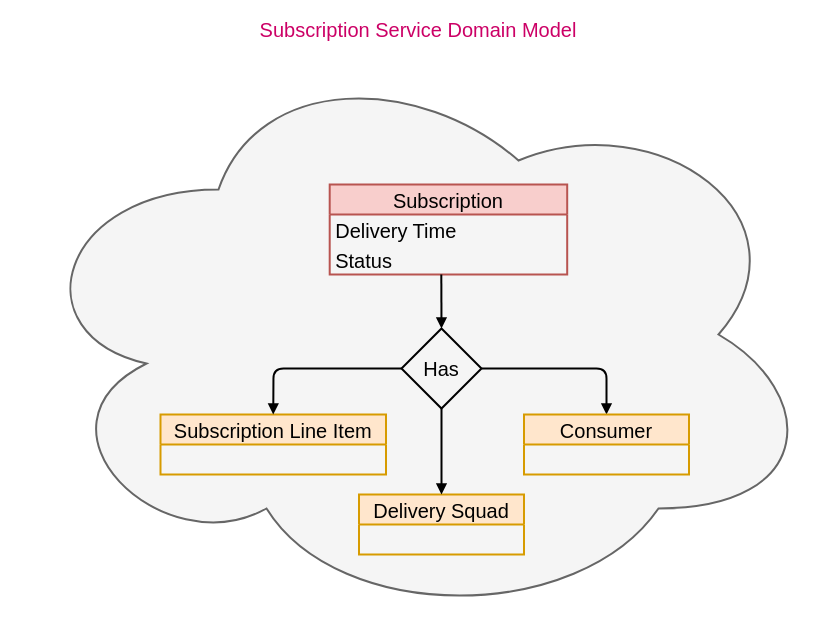
This is docs/diagram/subscription_service_domain_model.drawio from dudhwalas/dudhwala, a draw.io file, before an edit. Source tidied: cells renumbered, new cells numbered last; positions are measured from the earlier drawing's top-left corner, leaving out a move shared by most shapes. Both pictures are drawn from the tidied source at 100%, with x=0, y=0 at pixel (18, 44).
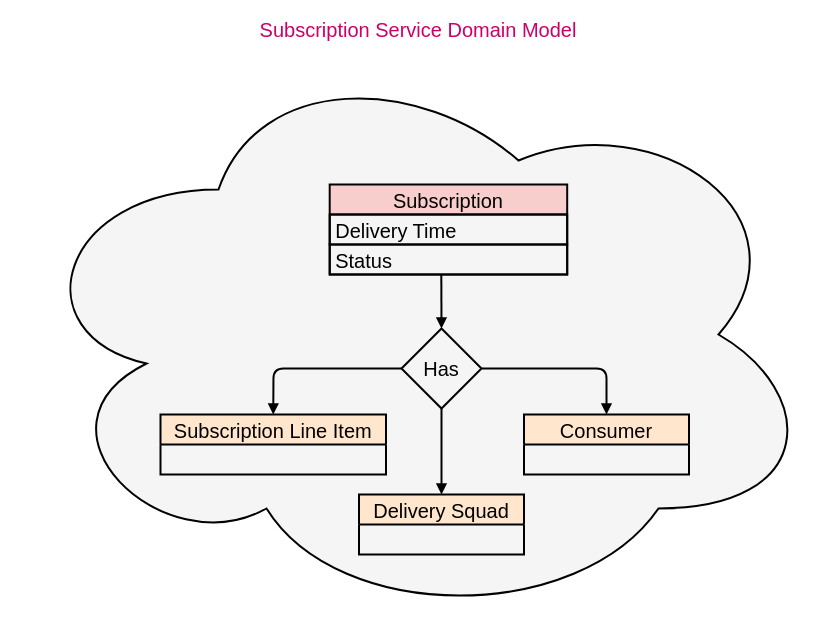
After the change.

Diff of the diagram source:
```diff
@@
 <mxGraphModel>
   <root>
     <mxCell id="0" />
     <mxCell id="1" parent="0" />
-    <mxCell id="2" value="Subscription Service Domain Model" style="ellipse;shape=cloud;whiteSpace=wrap;html=1;fillColor=#f5f5f5;fontColor=#CC0066;strokeColor=#666666;strokeWidth=2;labelPosition=center;verticalLabelPosition=top;align=center;verticalAlign=bottom;fontSize=20;" parent="1" vertex="1">
+    <mxCell id="2" value="Subscription Service Domain Model" style="ellipse;shape=cloud;whiteSpace=wrap;html=1;fillColor=#f5f5f5;fontColor=#CC0066;strokeColor=#000000;strokeWidth=2;labelPosition=center;verticalLabelPosition=top;align=center;verticalAlign=bottom;fontSize=20;" parent="1" vertex="1">
       <mxGeometry width="800" height="580" as="geometry" />
     </mxCell>
-    <mxCell id="3" value="Subscription" style="swimlane;fontStyle=0;horizontal=1;startSize=30;fillColor=#f8cecc;strokeColor=#b85450;fontSize=20;strokeWidth=2;" parent="1" vertex="1">
+    <mxCell id="3" value="Subscription" style="swimlane;fontStyle=0;horizontal=1;startSize=30;fillColor=#f8cecc;strokeColor=#000000;fontSize=20;strokeWidth=2;" parent="1" vertex="1">
       <mxGeometry x="311.2" y="140" width="237.5" height="90" as="geometry" />
     </mxCell>
-    <mxCell id="4" value="Delivery Time" style="text;strokeColor=none;fillColor=none;align=left;verticalAlign=middle;spacingLeft=4;spacingRight=4;overflow=hidden;fontSize=20;strokeWidth=2;" parent="3" vertex="1">
+    <mxCell id="4" value="Delivery Time" style="text;strokeColor=#000000;fillColor=none;align=left;verticalAlign=middle;spacingLeft=4;spacingRight=4;overflow=hidden;fontSize=20;strokeWidth=2;" parent="3" vertex="1">
       <mxGeometry y="30" width="237.5" height="30" as="geometry" />
     </mxCell>
-    <mxCell id="5" value="Status" style="text;strokeColor=none;fillColor=none;align=left;verticalAlign=middle;spacingLeft=4;spacingRight=4;overflow=hidden;points=[[0,0.5],[1,0.5]];portConstraint=eastwest;fontSize=20;strokeWidth=2;" parent="3" vertex="1">
+    <mxCell id="5" value="Status" style="text;strokeColor=#000000;fillColor=none;align=left;verticalAlign=middle;spacingLeft=4;spacingRight=4;overflow=hidden;points=[[0,0.5],[1,0.5]];portConstraint=eastwest;fontSize=20;strokeWidth=2;" parent="3" vertex="1">
       <mxGeometry y="60" width="237.5" height="30" as="geometry" />
     </mxCell>
-    <mxCell id="6" value="Subscription Line Item" style="swimlane;fontStyle=0;horizontal=1;startSize=30;fillColor=#ffe6cc;strokeColor=#d79b00;fontSize=20;strokeWidth=2;" parent="1" vertex="1">
+    <mxCell id="6" value="Subscription Line Item" style="swimlane;fontStyle=0;horizontal=1;startSize=30;fillColor=#ffe6cc;strokeColor=#000000;fontSize=20;strokeWidth=2;" parent="1" vertex="1">
       <mxGeometry x="142" y="370" width="225.5" height="60" as="geometry" />
     </mxCell>
-    <mxCell id="7" style="edgeStyle=none;html=1;exitX=1;exitY=0.5;exitDx=0;exitDy=0;entryX=0.5;entryY=0;entryDx=0;entryDy=0;endArrow=block;endFill=1;strokeWidth=2;" parent="1" edge="1" source="8" target="11">
+    <mxCell id="7" style="edgeStyle=none;html=1;exitX=1;exitY=0.5;exitDx=0;exitDy=0;entryX=0.5;entryY=0;entryDx=0;entryDy=0;endArrow=block;endFill=1;strokeWidth=2;strokeColor=#000000;" parent="1" edge="1" source="8" target="11">
       <mxGeometry relative="1" as="geometry">
         <Array as="points">
           <mxPoint x="588" y="324" />
         </Array>
       </mxGeometry>
     </mxCell>
-    <mxCell id="8" value="Has" style="rhombus;whiteSpace=wrap;html=1;fontSize=20;fillColor=none;strokeWidth=2;" parent="1" vertex="1">
+    <mxCell id="8" value="Has" style="rhombus;whiteSpace=wrap;html=1;fontSize=20;fillColor=none;strokeWidth=2;strokeColor=#000000;" parent="1" vertex="1">
       <mxGeometry x="383" y="284" width="80" height="80" as="geometry" />
     </mxCell>
-    <mxCell id="9" style="edgeStyle=none;html=1;exitX=0.47;exitY=1;exitDx=0;exitDy=0;entryX=0.5;entryY=0;entryDx=0;entryDy=0;fontSize=20;exitPerimeter=0;endArrow=block;endFill=1;strokeWidth=2;" parent="1" edge="1" source="5" target="8">
+    <mxCell id="9" style="edgeStyle=none;html=1;exitX=0.47;exitY=1;exitDx=0;exitDy=0;entryX=0.5;entryY=0;entryDx=0;entryDy=0;fontSize=20;exitPerimeter=0;endArrow=block;endFill=1;strokeWidth=2;strokeColor=#000000;" parent="1" edge="1" source="5" target="8">
       <mxGeometry relative="1" as="geometry" />
     </mxCell>
-    <mxCell id="10" style="edgeStyle=none;html=1;entryX=0.5;entryY=0;entryDx=0;entryDy=0;fontSize=20;endArrow=block;endFill=1;strokeWidth=2;exitX=0;exitY=0.5;exitDx=0;exitDy=0;" parent="1" edge="1" source="8" target="6">
+    <mxCell id="10" style="edgeStyle=none;html=1;entryX=0.5;entryY=0;entryDx=0;entryDy=0;fontSize=20;endArrow=block;endFill=1;strokeWidth=2;exitX=0;exitY=0.5;exitDx=0;exitDy=0;strokeColor=#000000;" parent="1" edge="1" source="8" target="6">
       <mxGeometry relative="1" as="geometry">
         <Array as="points">
           <mxPoint x="255" y="324" />
         </Array>
       </mxGeometry>
     </mxCell>
-    <mxCell id="11" value="Consumer" style="swimlane;fontStyle=0;horizontal=1;startSize=30;fillColor=#ffe6cc;strokeColor=#d79b00;fontSize=20;strokeWidth=2;" parent="1" vertex="1">
+    <mxCell id="11" value="Consumer" style="swimlane;fontStyle=0;horizontal=1;startSize=30;fillColor=#ffe6cc;strokeColor=#000000;fontSize=20;strokeWidth=2;" parent="1" vertex="1">
       <mxGeometry x="505.5" y="370" width="165" height="60" as="geometry" />
     </mxCell>
-    <mxCell id="12" value="Delivery Squad" style="swimlane;fontStyle=0;horizontal=1;startSize=30;fillColor=#ffe6cc;strokeColor=#d79b00;fontSize=20;strokeWidth=2;" parent="1" vertex="1">
+    <mxCell id="12" value="Delivery Squad" style="swimlane;fontStyle=0;horizontal=1;startSize=30;fillColor=#ffe6cc;strokeColor=#000000;fontSize=20;strokeWidth=2;" parent="1" vertex="1">
       <mxGeometry x="340.5" y="450" width="165" height="60" as="geometry" />
     </mxCell>
-    <mxCell id="13" style="edgeStyle=none;html=1;exitX=0.5;exitY=1;exitDx=0;exitDy=0;entryX=0.5;entryY=0;entryDx=0;entryDy=0;endArrow=block;endFill=1;strokeWidth=2;" parent="1" edge="1" source="8" target="12">
+    <mxCell id="13" style="edgeStyle=none;html=1;exitX=0.5;exitY=1;exitDx=0;exitDy=0;entryX=0.5;entryY=0;entryDx=0;entryDy=0;endArrow=block;endFill=1;strokeWidth=2;strokeColor=#000000;" parent="1" edge="1" source="8" target="12">
       <mxGeometry relative="1" as="geometry" />
     </mxCell>
   </root>
 </mxGraphModel>
```
